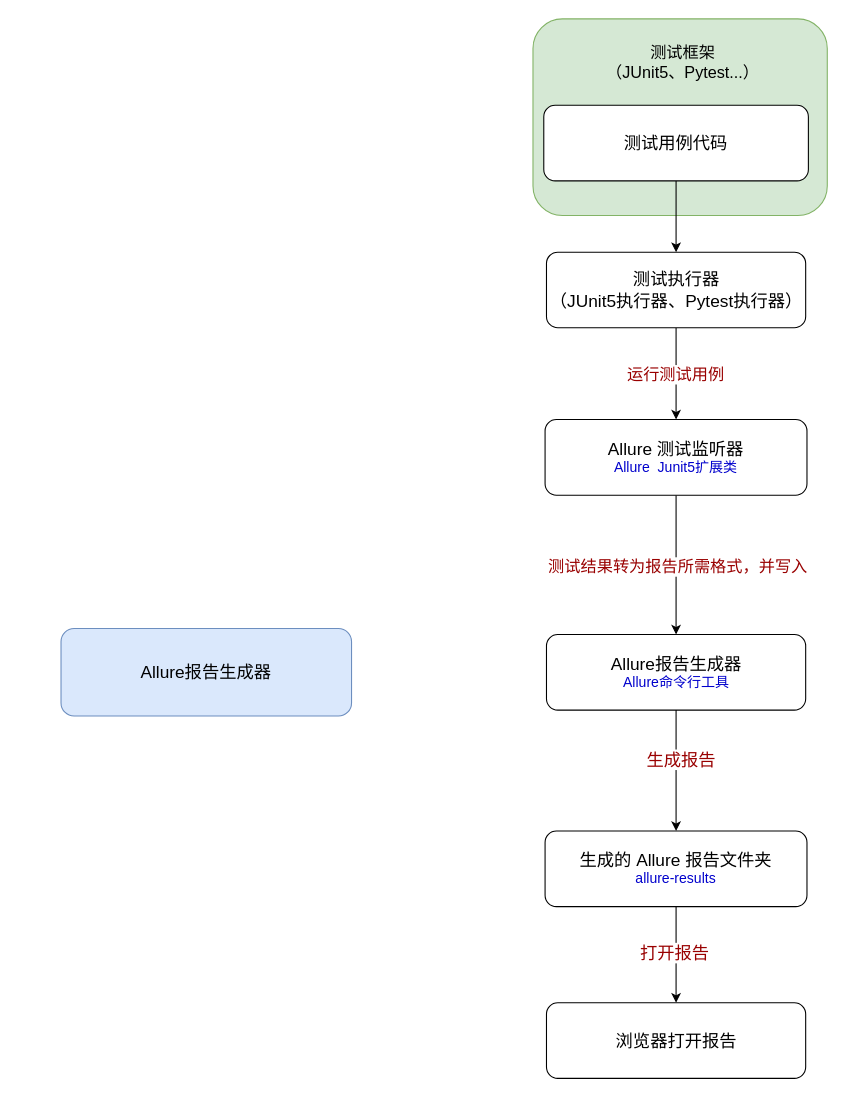
Earlier version of the draw.io diagram 测试开发手札/4.测试框架/Allure/allure.drawio (TesterDevSoul/Handbook). Source tidied: cells renumbered, new cells numbered last; positions are measured from the earlier drawing's top-left corner, leaving out a move shared by most shapes. Both pictures are drawn from the tidied source at 108%, with x=0, y=0 at pixel (60, 18).
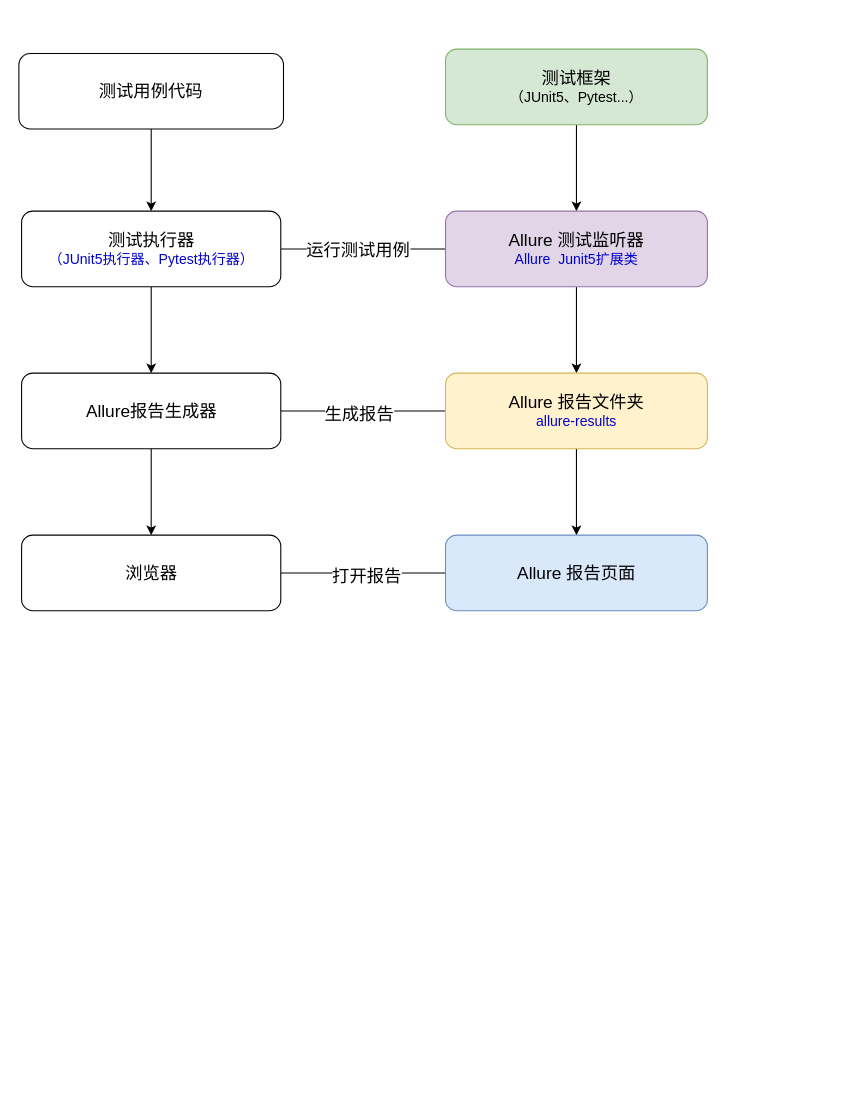
The same page after the edit.

The edit, as a diff of the source:
```diff
@@
-    <mxCell id="2" value="&lt;font style=&quot;font-size: 16px;&quot;&gt;Allure报告生成器&lt;/font&gt;" style="rounded=1;whiteSpace=wrap;html=1;fillColor=#dae8fc;strokeColor=#6c8ebf;" parent="1" vertex="1">
-      <mxGeometry y="564.5" width="269" height="81" as="geometry" />
-    </mxCell>
+    <mxCell id="20" style="edgeStyle=orthogonalEdgeStyle;rounded=0;jettySize=auto;html=1;fontSize=13;fontColor=#0000CC;endArrow=classic;endFill=1;" parent="1" edge="1" source="3" target="11">
+      <mxGeometry relative="1" as="geometry" />
+    </mxCell>
-    <mxCell id="3" style="rounded=1;whiteSpace=wrap;html=1;fillColor=#d5e8d4;strokeColor=#82b366;" parent="1" vertex="1">
-      <mxGeometry x="437" width="272.5" height="182" as="geometry" />
+    <mxCell id="3" value="&lt;font style=&quot;&quot;&gt;&lt;span style=&quot;font-size: 16px;&quot;&gt;测试框架&lt;/span&gt;&lt;br style=&quot;border-color: var(--border-color);&quot;&gt;&lt;span style=&quot;border-color: var(--border-color);&quot;&gt;&lt;font style=&quot;font-size: 13px;&quot;&gt;（JUnit5、Pytest...）&lt;/font&gt;&lt;/span&gt;&lt;/font&gt;" style="rounded=1;whiteSpace=wrap;html=1;fillColor=#d5e8d4;strokeColor=#82b366;" parent="1" vertex="1">
+      <mxGeometry x="356" y="28" width="242.5" height="70" as="geometry" />
     </mxCell>
@@
-    <mxCell id="5" style="edgeStyle=orthogonalEdgeStyle;rounded=0;jettySize=auto;html=1;fontSize=15;fontColor=#000000;endArrow=classic;endFill=1;" parent="1" edge="1" source="7" target="11">
+    <mxCell id="5" style="edgeStyle=orthogonalEdgeStyle;rounded=0;jettySize=auto;html=1;fontSize=16;endArrow=none;endFill=0;" parent="1" edge="1" source="7" target="11">
       <mxGeometry relative="1" as="geometry" />
     </mxCell>
-    <mxCell id="6" value="&lt;font color=&quot;#990000&quot;&gt;运行测试用例&lt;/font&gt;" style="edgeLabel;html=1;align=center;verticalAlign=middle;fontSize=15;fontColor=#000000;" parent="5" vertex="1">
-      <mxGeometry x="-0.01" y="-1" relative="1" as="geometry" />
+    <mxCell id="6" value="运行测试用例" style="edgeLabel;html=1;align=center;verticalAlign=middle;fontSize=16;" parent="5" vertex="1">
+      <mxGeometry x="-0.42" y="2" relative="1" as="geometry">
+        <mxPoint x="27" y="2" as="offset" />
+      </mxGeometry>
     </mxCell>
+    <mxCell id="21" style="edgeStyle=orthogonalEdgeStyle;rounded=0;jettySize=auto;html=1;fontSize=16;" parent="1" edge="1" source="7" target="14">
+      <mxGeometry relative="1" as="geometry" />
+    </mxCell>
-    <mxCell id="7" value="&lt;span style=&quot;font-size: 16px;&quot;&gt;测试执行器&lt;br&gt;（JUnit5执行器、Pytest执行器）&lt;br&gt;&lt;/span&gt;" style="rounded=1;whiteSpace=wrap;html=1;" parent="1" vertex="1">
-      <mxGeometry x="449.5" y="216" width="240" height="70" as="geometry" />
+    <mxCell id="7" value="&lt;span style=&quot;font-size: 16px;&quot;&gt;测试执行器&lt;/span&gt;&lt;br&gt;&lt;font color=&quot;#0000cc&quot; style=&quot;font-size: 13px;&quot;&gt;（JUnit5执行器、Pytest执行器）&lt;/font&gt;" style="rounded=1;whiteSpace=wrap;html=1;" parent="1" vertex="1">
+      <mxGeometry x="-36.5" y="178" width="240" height="70" as="geometry" />
     </mxCell>
     <mxCell id="8" value="&lt;span style=&quot;font-size: 16px;&quot;&gt;测试用例代码&lt;/span&gt;" style="rounded=1;whiteSpace=wrap;html=1;" parent="1" vertex="1">
-      <mxGeometry x="447" y="80" width="245" height="70" as="geometry" />
+      <mxGeometry x="-39" y="32" width="245" height="70" as="geometry" />
     </mxCell>
-    <mxCell id="9" style="edgeStyle=orthogonalEdgeStyle;rounded=0;jettySize=auto;html=1;fontSize=15;fontColor=#000000;endArrow=classic;endFill=1;" parent="1" edge="1" source="11" target="14">
-      <mxGeometry relative="1" as="geometry" />
-    </mxCell>
-    <mxCell id="10" value="&lt;font color=&quot;#990000&quot;&gt;测试结果转为报告所需格式，并写入&lt;/font&gt;" style="edgeLabel;html=1;align=center;verticalAlign=middle;fontSize=15;fontColor=#000000;" parent="9" vertex="1">
-      <mxGeometry x="0.01" y="1" relative="1" as="geometry" />
-    </mxCell>
+    <mxCell id="22" style="edgeStyle=orthogonalEdgeStyle;rounded=0;jettySize=auto;html=1;fontSize=16;" parent="1" edge="1" source="11" target="17">
+      <mxGeometry relative="1" as="geometry" />
+    </mxCell>
-    <mxCell id="11" value="&lt;span style=&quot;font-size: 16px;&quot;&gt;Allure 测试监听器&lt;/span&gt;&lt;br&gt;&lt;font color=&quot;#0000cc&quot; style=&quot;font-size: 13px;&quot;&gt;Allure&amp;nbsp; Junit5扩展类&lt;br&gt;&lt;/font&gt;" style="rounded=1;whiteSpace=wrap;html=1;" parent="1" vertex="1">
-      <mxGeometry x="448.2" y="371" width="242.5" height="70" as="geometry" />
+    <mxCell id="11" value="&lt;span style=&quot;font-size: 16px;&quot;&gt;Allure 测试监听器&lt;/span&gt;&lt;br&gt;&lt;font style=&quot;font-size: 13px;&quot;&gt;&lt;font color=&quot;#0000cc&quot;&gt;Allure&amp;nbsp; Junit5扩展类&lt;/font&gt;&lt;br&gt;&lt;/font&gt;" style="rounded=1;whiteSpace=wrap;html=1;fillColor=#e1d5e7;strokeColor=#9673a6;" parent="1" vertex="1">
+      <mxGeometry x="356" y="178" width="242.5" height="70" as="geometry" />
     </mxCell>
-    <mxCell id="12" style="edgeStyle=orthogonalEdgeStyle;rounded=0;jettySize=auto;html=1;fontSize=15;fontColor=#000000;endArrow=classic;endFill=1;" parent="1" edge="1" source="14" target="17">
-      <mxGeometry relative="1" as="geometry" />
+    <mxCell id="12" style="edgeStyle=orthogonalEdgeStyle;rounded=0;jettySize=auto;html=1;entryX=0;entryY=0.5;entryDx=0;entryDy=0;fontSize=16;endArrow=none;endFill=0;" parent="1" edge="1" source="14" target="17">
+      <mxGeometry relative="1" as="geometry">
+        <Array as="points">
+          <mxPoint x="266" y="363" />
+          <mxPoint x="266" y="363" />
+        </Array>
+      </mxGeometry>
     </mxCell>
-    <mxCell id="13" value="&lt;font color=&quot;#990000&quot;&gt;生成报告&lt;/font&gt;" style="edgeLabel;html=1;align=center;verticalAlign=middle;fontSize=16;fontColor=#0000CC;" parent="12" vertex="1">
-      <mxGeometry x="-0.2" y="4" relative="1" as="geometry" />
+    <mxCell id="13" value="生成报告" style="edgeLabel;html=1;align=center;verticalAlign=middle;fontSize=16;" parent="12" vertex="1">
+      <mxGeometry x="-0.05" y="-2" relative="1" as="geometry" />
     </mxCell>
+    <mxCell id="23" style="edgeStyle=orthogonalEdgeStyle;rounded=0;jettySize=auto;html=1;fontSize=16;" parent="1" edge="1" source="14" target="18">
+      <mxGeometry relative="1" as="geometry" />
+    </mxCell>
-    <mxCell id="14" value="&lt;span style=&quot;font-size: 16px;&quot;&gt;Allure报告生成器&lt;/span&gt;&lt;br&gt;&lt;font color=&quot;#0000cc&quot; style=&quot;font-size: 13px;&quot;&gt;Allure命令行工具&lt;/font&gt;" style="rounded=1;whiteSpace=wrap;html=1;" parent="1" vertex="1">
-      <mxGeometry x="449.5" y="570" width="240" height="70" as="geometry" />
+    <mxCell id="14" value="&lt;span style=&quot;font-size: 16px;&quot;&gt;Allure报告生成器&lt;br&gt;&lt;/span&gt;" style="rounded=1;whiteSpace=wrap;html=1;" parent="1" vertex="1">
+      <mxGeometry x="-36.5" y="328" width="240" height="70" as="geometry" />
     </mxCell>
-    <mxCell id="15" style="edgeStyle=orthogonalEdgeStyle;rounded=0;jettySize=auto;html=1;fontSize=16;fontColor=#0000CC;endArrow=classic;endFill=1;" parent="1" edge="1" source="17" target="18">
-      <mxGeometry relative="1" as="geometry" />
-    </mxCell>
+    <mxCell id="24" style="edgeStyle=orthogonalEdgeStyle;rounded=0;jettySize=auto;html=1;fontSize=16;" parent="1" edge="1" source="17" target="26">
+      <mxGeometry relative="1" as="geometry" />
+    </mxCell>
+    <mxCell id="17" value="&lt;span style=&quot;font-size: 16px;&quot;&gt;Allure 报告文件夹&lt;br&gt;&lt;/span&gt;&lt;font style=&quot;font-size: 13px;&quot;&gt;&lt;font color=&quot;#0000cc&quot;&gt;allure-results&lt;/font&gt;&lt;br&gt;&lt;/font&gt;" style="rounded=1;whiteSpace=wrap;html=1;fillColor=#fff2cc;strokeColor=#d6b656;" parent="1" vertex="1">
+      <mxGeometry x="356" y="328" width="242.5" height="70" as="geometry" />
+    </mxCell>
+    <mxCell id="25" style="edgeStyle=orthogonalEdgeStyle;rounded=0;jettySize=auto;html=1;exitX=1;exitY=0.5;exitDx=0;exitDy=0;entryX=0;entryY=0.5;entryDx=0;entryDy=0;fontSize=16;endArrow=none;endFill=0;" parent="1" edge="1" source="18" target="26">
+      <mxGeometry relative="1" as="geometry" />
+    </mxCell>
-    <mxCell id="16" value="打开报告" style="edgeLabel;html=1;align=center;verticalAlign=middle;fontSize=16;fontColor=#990000;" parent="15" vertex="1">
-      <mxGeometry x="-0.06" y="-2" relative="1" as="geometry" />
+    <mxCell id="16" value="打开报告" style="edgeLabel;html=1;align=center;verticalAlign=middle;fontSize=16;" parent="25" vertex="1">
+      <mxGeometry x="0.03" y="-1" relative="1" as="geometry">
+        <mxPoint y="1" as="offset" />
+      </mxGeometry>
     </mxCell>
-    <mxCell id="17" value="&lt;span style=&quot;font-size: 16px;&quot;&gt;生成的 Allure 报告文件夹&lt;br&gt;&lt;/span&gt;&lt;font color=&quot;#0000cc&quot; style=&quot;font-size: 13px;&quot;&gt;allure-results&lt;/font&gt;" style="rounded=1;whiteSpace=wrap;html=1;" parent="1" vertex="1">
-      <mxGeometry x="448.2" y="752" width="242.5" height="70" as="geometry" />
-    </mxCell>
-    <mxCell id="18" value="&lt;font style=&quot;font-size: 16px;&quot;&gt;浏览器&lt;span style=&quot;background-color: rgb(255, 255, 255);&quot;&gt;打开报告&lt;/span&gt;&lt;/font&gt;&lt;span style=&quot;font-size: 16px;&quot;&gt;&lt;br&gt;&lt;/span&gt;" style="rounded=1;whiteSpace=wrap;html=1;" parent="1" vertex="1">
-      <mxGeometry x="449.5" y="911" width="240" height="70" as="geometry" />
+    <mxCell id="18" value="&lt;span style=&quot;font-size: 16px;&quot;&gt;浏览器&lt;br&gt;&lt;/span&gt;" style="rounded=1;whiteSpace=wrap;html=1;" parent="1" vertex="1">
+      <mxGeometry x="-36.5" y="478" width="240" height="70" as="geometry" />
     </mxCell>
-    <mxCell id="19" value="&lt;font style=&quot;font-size: 15px;&quot; color=&quot;#000000&quot;&gt;测试框架&lt;br style=&quot;border-color: var(--border-color);&quot;&gt;&lt;span style=&quot;&quot;&gt;（JUnit5、Pytest...）&lt;/span&gt;&lt;/font&gt;" style="text;html=1;strokeColor=none;fillColor=none;align=center;verticalAlign=middle;whiteSpace=wrap;rounded=0;fontSize=13;fontColor=#009900;" parent="1" vertex="1">
-      <mxGeometry x="486" y="13" width="180" height="54" as="geometry" />
-    </mxCell>
+    <mxCell id="26" value="&lt;span style=&quot;font-size: 16px;&quot;&gt;Allure 报告页面&lt;/span&gt;" style="rounded=1;whiteSpace=wrap;html=1;fillColor=#dae8fc;strokeColor=#6c8ebf;" parent="1" vertex="1">
+      <mxGeometry x="356" y="478" width="242.5" height="70" as="geometry" />
+    </mxCell>
```
